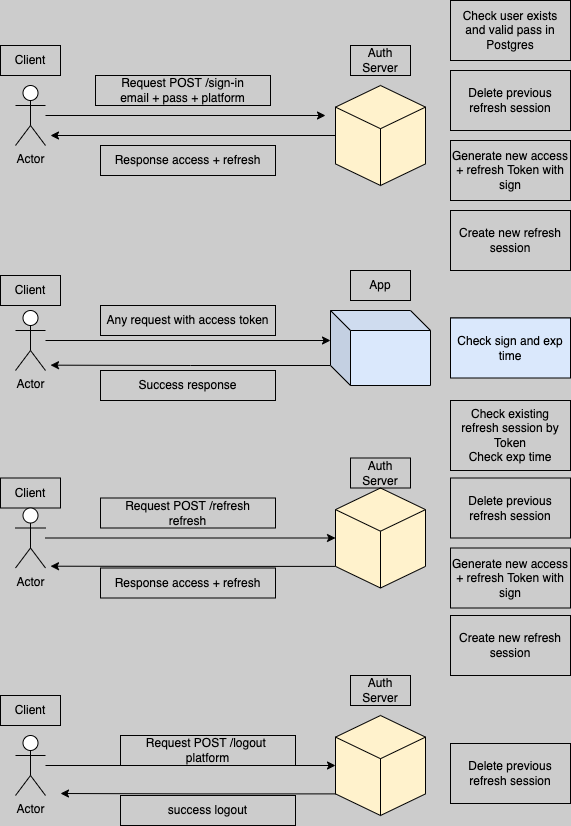
Before: docs/assets/auth.png, a diagram exported from draw.io (ValikoDorodnov/go_passport). Source tidied: cells renumbered, new cells last; positions are measured from the earlier drawing's top-left corner, leaving out a move shared by most shapes. Source of this version:
```xml
<mxGraphModel background="#CCCCCC" shadow="1">
  <root>
    <mxCell id="0" />
    <mxCell id="1" parent="0" />
    <mxCell id="2" style="edgeStyle=orthogonalEdgeStyle;rounded=0;jettySize=auto;html=1;fontColor=#000000;strokeColor=#000000;" parent="1" edge="1" source="3">
      <mxGeometry relative="1" as="geometry">
        <mxPoint x="325" y="115" as="targetPoint" />
      </mxGeometry>
    </mxCell>
    <mxCell id="3" value="Actor" style="shape=umlActor;verticalLabelPosition=bottom;verticalAlign=top;html=1;outlineConnect=0;fontColor=#000000;strokeColor=#000000;" parent="1" vertex="1">
      <mxGeometry x="15" y="85" width="30" height="60" as="geometry" />
    </mxCell>
    <mxCell id="4" style="edgeStyle=orthogonalEdgeStyle;rounded=0;jettySize=auto;html=1;fontColor=#000000;strokeColor=#000000;" parent="1" edge="1" source="5">
      <mxGeometry relative="1" as="geometry">
        <mxPoint x="50" y="135" as="targetPoint" />
      </mxGeometry>
    </mxCell>
    <mxCell id="5" style="html=1;whiteSpace=wrap;shape=isoCube2;backgroundOutline=1;isoAngle=15;fillColor=#fff2cc;strokeColor=#000000;fontColor=#000000;" parent="1" vertex="1">
      <mxGeometry x="335" y="85" width="90" height="100" as="geometry" />
    </mxCell>
    <mxCell id="6" value="Client" style="text;html=1;strokeColor=#000000;fillColor=none;align=center;verticalAlign=middle;whiteSpace=wrap;rounded=0;fontColor=#000000;" parent="1" vertex="1">
      <mxGeometry y="45" width="60" height="30" as="geometry" />
    </mxCell>
    <mxCell id="7" value="Auth Server" style="text;html=1;strokeColor=#000000;fillColor=none;align=center;verticalAlign=middle;whiteSpace=wrap;rounded=0;fontColor=#000000;" parent="1" vertex="1">
      <mxGeometry x="350" y="45" width="60" height="30" as="geometry" />
    </mxCell>
    <mxCell id="8" value="Request POST /sign-in&lt;br&gt;email + pass + platform" style="text;html=1;strokeColor=#000000;fillColor=none;align=center;verticalAlign=middle;whiteSpace=wrap;rounded=0;fontColor=#000000;" parent="1" vertex="1">
      <mxGeometry x="95" y="75" width="175" height="30" as="geometry" />
    </mxCell>
    <mxCell id="9" style="shape=partialRectangle;whiteSpace=wrap;html=1;bottom=0;right=0;fillColor=none;fontColor=#000000;strokeColor=#000000;" parent="1" vertex="1">
      <mxGeometry x="450" width="120" height="60" as="geometry" />
    </mxCell>
    <mxCell id="10" value="Check user exists and valid pass in Postgres" style="text;html=1;strokeColor=#000000;fillColor=none;align=center;verticalAlign=middle;whiteSpace=wrap;rounded=0;fontColor=#000000;" parent="1" vertex="1">
      <mxGeometry x="450" width="120" height="60" as="geometry" />
    </mxCell>
    <mxCell id="11" style="shape=partialRectangle;whiteSpace=wrap;html=1;bottom=0;right=0;fillColor=none;fontColor=#000000;strokeColor=#000000;" parent="1" vertex="1">
      <mxGeometry x="450" y="140" width="120" height="60" as="geometry" />
    </mxCell>
    <mxCell id="12" value="Generate new access + refresh Token with sign" style="text;html=1;strokeColor=#000000;fillColor=none;align=center;verticalAlign=middle;whiteSpace=wrap;rounded=0;fontColor=#000000;" parent="1" vertex="1">
      <mxGeometry x="450" y="140" width="120" height="60" as="geometry" />
    </mxCell>
    <mxCell id="13" style="shape=partialRectangle;whiteSpace=wrap;html=1;bottom=0;right=0;fillColor=none;fontColor=#000000;strokeColor=#000000;" parent="1" vertex="1">
      <mxGeometry x="450" y="210" width="120" height="60" as="geometry" />
    </mxCell>
    <mxCell id="14" value="Create new refresh session" style="text;html=1;strokeColor=#000000;fillColor=none;align=center;verticalAlign=middle;whiteSpace=wrap;rounded=0;fontColor=#000000;" parent="1" vertex="1">
      <mxGeometry x="450" y="210" width="120" height="60" as="geometry" />
    </mxCell>
    <mxCell id="15" value="Response access + refresh" style="text;html=1;strokeColor=#000000;fillColor=none;align=center;verticalAlign=middle;whiteSpace=wrap;rounded=0;fontColor=#000000;" parent="1" vertex="1">
      <mxGeometry x="100" y="145" width="175" height="30" as="geometry" />
    </mxCell>
    <mxCell id="16" style="edgeStyle=orthogonalEdgeStyle;rounded=0;jettySize=auto;html=1;entryX=0;entryY=0;entryDx=0;entryDy=30;entryPerimeter=0;fontColor=#000000;strokeColor=#000000;" parent="1" edge="1" source="17" target="20">
      <mxGeometry relative="1" as="geometry" />
    </mxCell>
    <mxCell id="17" value="Actor" style="shape=umlActor;verticalLabelPosition=bottom;verticalAlign=top;html=1;outlineConnect=0;fontColor=#000000;strokeColor=#000000;" parent="1" vertex="1">
      <mxGeometry x="15" y="310" width="30" height="60" as="geometry" />
    </mxCell>
    <mxCell id="18" value="Client" style="text;html=1;strokeColor=#000000;fillColor=none;align=center;verticalAlign=middle;whiteSpace=wrap;rounded=0;fontColor=#000000;" parent="1" vertex="1">
      <mxGeometry y="275" width="60" height="30" as="geometry" />
    </mxCell>
    <mxCell id="19" style="edgeStyle=orthogonalEdgeStyle;rounded=0;jettySize=auto;html=1;exitX=0;exitY=0;exitDx=0;exitDy=55;exitPerimeter=0;fontColor=#000000;strokeColor=#000000;" parent="1" edge="1" source="20">
      <mxGeometry relative="1" as="geometry">
        <mxPoint x="50" y="364.7" as="targetPoint" />
      </mxGeometry>
    </mxCell>
    <mxCell id="20" style="shape=cube;whiteSpace=wrap;html=1;boundedLbl=1;backgroundOutline=1;darkOpacity=0.05;darkOpacity2=0.1;fillColor=#dae8fc;strokeColor=#000000;fontColor=#000000;" parent="1" vertex="1">
      <mxGeometry x="330" y="310" width="100" height="75" as="geometry" />
    </mxCell>
    <mxCell id="21" value="App" style="text;html=1;strokeColor=#000000;fillColor=none;align=center;verticalAlign=middle;whiteSpace=wrap;rounded=0;fontColor=#000000;" parent="1" vertex="1">
      <mxGeometry x="350" y="270" width="60" height="30" as="geometry" />
    </mxCell>
    <mxCell id="22" value="Any request with access token" style="text;html=1;strokeColor=#000000;fillColor=none;align=center;verticalAlign=middle;whiteSpace=wrap;rounded=0;fontColor=#000000;" parent="1" vertex="1">
      <mxGeometry x="100" y="305" width="175" height="30" as="geometry" />
    </mxCell>
    <mxCell id="23" style="shape=partialRectangle;whiteSpace=wrap;html=1;bottom=0;right=0;fillColor=none;fontColor=#000000;strokeColor=#000000;" parent="1" vertex="1">
      <mxGeometry x="450" y="317.5" width="120" height="60" as="geometry" />
    </mxCell>
    <mxCell id="24" value="Check sign and exp time" style="text;html=1;strokeColor=#000000;fillColor=#dae8fc;align=center;verticalAlign=middle;whiteSpace=wrap;rounded=0;fontColor=#000000;" parent="1" vertex="1">
      <mxGeometry x="450" y="317.5" width="120" height="60" as="geometry" />
    </mxCell>
    <mxCell id="25" value="Success response" style="text;html=1;strokeColor=#000000;fillColor=none;align=center;verticalAlign=middle;whiteSpace=wrap;rounded=0;fontColor=#000000;" parent="1" vertex="1">
      <mxGeometry x="100" y="370" width="175" height="30" as="geometry" />
    </mxCell>
    <mxCell id="26" style="edgeStyle=orthogonalEdgeStyle;rounded=0;jettySize=auto;html=1;entryX=0;entryY=0.5;entryDx=0;entryDy=0;entryPerimeter=0;fontColor=#000000;strokeColor=#000000;" parent="1" edge="1" target="29">
      <mxGeometry relative="1" as="geometry">
        <mxPoint x="45" y="537.5" as="sourcePoint" />
      </mxGeometry>
    </mxCell>
    <mxCell id="27" value="Client" style="text;html=1;strokeColor=#000000;fillColor=none;align=center;verticalAlign=middle;whiteSpace=wrap;rounded=0;fontColor=#000000;" parent="1" vertex="1">
      <mxGeometry y="477.5" width="60" height="30" as="geometry" />
    </mxCell>
    <mxCell id="28" style="edgeStyle=orthogonalEdgeStyle;rounded=0;jettySize=auto;html=1;exitX=0;exitY=0;exitDx=0;exitDy=78.39291168278956;exitPerimeter=0;fontColor=#000000;strokeColor=#000000;" parent="1" edge="1" source="29">
      <mxGeometry relative="1" as="geometry">
        <mxPoint x="50" y="565.7" as="targetPoint" />
      </mxGeometry>
    </mxCell>
    <mxCell id="29" style="html=1;whiteSpace=wrap;shape=isoCube2;backgroundOutline=1;isoAngle=15;fillColor=#fff2cc;strokeColor=#000000;fontColor=#000000;" parent="1" vertex="1">
      <mxGeometry x="335" y="487.5" width="90" height="100" as="geometry" />
    </mxCell>
    <mxCell id="30" value="Auth Server" style="text;html=1;strokeColor=#000000;fillColor=none;align=center;verticalAlign=middle;whiteSpace=wrap;rounded=0;fontColor=#000000;" parent="1" vertex="1">
      <mxGeometry x="350" y="457.5" width="60" height="30" as="geometry" />
    </mxCell>
    <mxCell id="31" value="Request POST /refresh&lt;br&gt;refresh" style="text;html=1;strokeColor=#000000;fillColor=none;align=center;verticalAlign=middle;whiteSpace=wrap;rounded=0;fontColor=#000000;" parent="1" vertex="1">
      <mxGeometry x="100" y="497.5" width="175" height="30" as="geometry" />
    </mxCell>
    <mxCell id="32" style="shape=partialRectangle;whiteSpace=wrap;html=1;bottom=0;right=0;fillColor=none;fontColor=#000000;strokeColor=#000000;" parent="1" vertex="1">
      <mxGeometry x="450" y="400" width="120" height="60" as="geometry" />
    </mxCell>
    <mxCell id="33" value="Check existing refresh session by Token&lt;br&gt;Check exp time" style="text;html=1;strokeColor=#000000;fillColor=none;align=center;verticalAlign=middle;whiteSpace=wrap;rounded=0;fontColor=#000000;" parent="1" vertex="1">
      <mxGeometry x="450" y="400" width="120" height="70" as="geometry" />
    </mxCell>
    <mxCell id="34" value="Response access + refresh" style="text;html=1;strokeColor=#000000;fillColor=none;align=center;verticalAlign=middle;whiteSpace=wrap;rounded=0;fontColor=#000000;" parent="1" vertex="1">
      <mxGeometry x="100" y="567.5" width="175" height="30" as="geometry" />
    </mxCell>
    <mxCell id="35" style="edgeStyle=orthogonalEdgeStyle;rounded=0;jettySize=auto;html=1;entryX=0;entryY=0.5;entryDx=0;entryDy=0;entryPerimeter=0;fontColor=#000000;strokeColor=#000000;" parent="1" edge="1" source="36" target="38">
      <mxGeometry relative="1" as="geometry" />
    </mxCell>
    <mxCell id="36" value="Actor" style="shape=umlActor;verticalLabelPosition=bottom;verticalAlign=top;html=1;outlineConnect=0;fontColor=#000000;strokeColor=#000000;" parent="1" vertex="1">
      <mxGeometry x="15" y="735" width="30" height="60" as="geometry" />
    </mxCell>
    <mxCell id="37" style="edgeStyle=orthogonalEdgeStyle;rounded=0;jettySize=auto;html=1;exitX=0;exitY=0;exitDx=0;exitDy=78.39291168278956;exitPerimeter=0;fontColor=#000000;strokeColor=#000000;" parent="1" edge="1" source="38">
      <mxGeometry relative="1" as="geometry">
        <mxPoint x="60" y="793" as="targetPoint" />
      </mxGeometry>
    </mxCell>
    <mxCell id="38" style="html=1;whiteSpace=wrap;shape=isoCube2;backgroundOutline=1;isoAngle=15;fillColor=#fff2cc;strokeColor=#000000;fontColor=#000000;" parent="1" vertex="1">
      <mxGeometry x="335" y="715" width="90" height="100" as="geometry" />
    </mxCell>
    <mxCell id="39" value="Auth Server" style="text;html=1;strokeColor=#000000;fillColor=none;align=center;verticalAlign=middle;whiteSpace=wrap;rounded=0;fontColor=#000000;" parent="1" vertex="1">
      <mxGeometry x="350" y="675" width="60" height="30" as="geometry" />
    </mxCell>
    <mxCell id="40" value="Client" style="text;html=1;strokeColor=#000000;fillColor=none;align=center;verticalAlign=middle;whiteSpace=wrap;rounded=0;fontColor=#000000;" parent="1" vertex="1">
      <mxGeometry y="695" width="60" height="30" as="geometry" />
    </mxCell>
    <mxCell id="41" value="Request POST /logout&amp;nbsp;&lt;br&gt;platform" style="text;html=1;strokeColor=#000000;fillColor=none;align=center;verticalAlign=middle;whiteSpace=wrap;rounded=0;fontColor=#000000;" parent="1" vertex="1">
      <mxGeometry x="120" y="735" width="175" height="30" as="geometry" />
    </mxCell>
    <mxCell id="42" value="success logout" style="text;html=1;strokeColor=#000000;fillColor=none;align=center;verticalAlign=middle;whiteSpace=wrap;rounded=0;fontColor=#000000;" parent="1" vertex="1">
      <mxGeometry x="120" y="795" width="175" height="30" as="geometry" />
    </mxCell>
    <mxCell id="43" style="shape=partialRectangle;whiteSpace=wrap;html=1;bottom=0;right=0;fillColor=none;fontColor=#000000;strokeColor=#000000;" parent="1" vertex="1">
      <mxGeometry x="450" y="70" width="120" height="60" as="geometry" />
    </mxCell>
    <mxCell id="44" value="Delete previous refresh session" style="text;html=1;strokeColor=#000000;fillColor=none;align=center;verticalAlign=middle;whiteSpace=wrap;rounded=0;fontColor=#000000;" parent="1" vertex="1">
      <mxGeometry x="450" y="70" width="120" height="60" as="geometry" />
    </mxCell>
    <mxCell id="45" value="Actor" style="shape=umlActor;verticalLabelPosition=bottom;verticalAlign=top;html=1;fontColor=#000000;strokeColor=#000000;" parent="1" vertex="1">
      <mxGeometry x="15" y="507.5" width="30" height="60" as="geometry" />
    </mxCell>
    <mxCell id="46" value="Generate new access + refresh Token with sign" style="text;html=1;strokeColor=#000000;fillColor=none;align=center;verticalAlign=middle;whiteSpace=wrap;rounded=0;fontColor=#000000;" parent="1" vertex="1">
      <mxGeometry x="450" y="547.5" width="120" height="60" as="geometry" />
    </mxCell>
    <mxCell id="47" value="Delete previous refresh session" style="text;html=1;strokeColor=#000000;fillColor=none;align=center;verticalAlign=middle;whiteSpace=wrap;rounded=0;fontColor=#000000;" parent="1" vertex="1">
      <mxGeometry x="450" y="477.5" width="120" height="60" as="geometry" />
    </mxCell>
    <mxCell id="48" value="Create new refresh session" style="text;html=1;strokeColor=#000000;fillColor=none;align=center;verticalAlign=middle;whiteSpace=wrap;rounded=0;fontColor=#000000;" parent="1" vertex="1">
      <mxGeometry x="450" y="615" width="120" height="60" as="geometry" />
    </mxCell>
    <mxCell id="49" value="Delete previous refresh session" style="text;html=1;strokeColor=#000000;fillColor=none;align=center;verticalAlign=middle;whiteSpace=wrap;rounded=0;fontColor=#000000;" parent="1" vertex="1">
      <mxGeometry x="450" y="743" width="120" height="60" as="geometry" />
    </mxCell>
  </root>
</mxGraphModel>
```
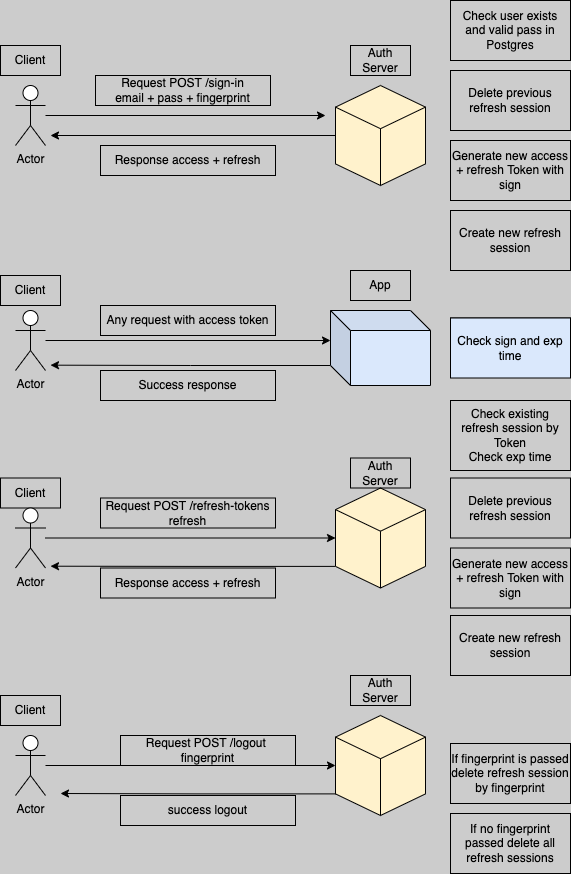
After the commit.

Commit message:
правки документации

Change to the diagram source:
```diff
@@ -24,7 +24,7 @@
     <mxCell id="7" value="Auth Server" style="text;html=1;strokeColor=#000000;fillColor=none;align=center;verticalAlign=middle;whiteSpace=wrap;rounded=0;fontColor=#000000;" parent="1" vertex="1">
       <mxGeometry x="350" y="45" width="60" height="30" as="geometry" />
     </mxCell>
-    <mxCell id="8" value="Request POST /sign-in&lt;br&gt;email + pass + platform" style="text;html=1;strokeColor=#000000;fillColor=none;align=center;verticalAlign=middle;whiteSpace=wrap;rounded=0;fontColor=#000000;" parent="1" vertex="1">
+    <mxCell id="8" value="Request POST /sign-in&lt;br&gt;email + pass + fingerprint" style="text;html=1;strokeColor=#000000;fillColor=none;align=center;verticalAlign=middle;whiteSpace=wrap;rounded=0;fontColor=#000000;" parent="1" vertex="1">
       <mxGeometry x="95" y="75" width="175" height="30" as="geometry" />
     </mxCell>
     <mxCell id="9" style="shape=partialRectangle;whiteSpace=wrap;html=1;bottom=0;right=0;fillColor=none;fontColor=#000000;strokeColor=#000000;" parent="1" vertex="1">
@@ -99,7 +99,7 @@
     <mxCell id="30" value="Auth Server" style="text;html=1;strokeColor=#000000;fillColor=none;align=center;verticalAlign=middle;whiteSpace=wrap;rounded=0;fontColor=#000000;" parent="1" vertex="1">
       <mxGeometry x="350" y="457.5" width="60" height="30" as="geometry" />
     </mxCell>
-    <mxCell id="31" value="Request POST /refresh&lt;br&gt;refresh" style="text;html=1;strokeColor=#000000;fillColor=none;align=center;verticalAlign=middle;whiteSpace=wrap;rounded=0;fontColor=#000000;" parent="1" vertex="1">
+    <mxCell id="31" value="Request POST /refresh-tokens&lt;br&gt;refresh" style="text;html=1;strokeColor=#000000;fillColor=none;align=center;verticalAlign=middle;whiteSpace=wrap;rounded=0;fontColor=#000000;" parent="1" vertex="1">
       <mxGeometry x="100" y="497.5" width="175" height="30" as="geometry" />
     </mxCell>
     <mxCell id="32" style="shape=partialRectangle;whiteSpace=wrap;html=1;bottom=0;right=0;fillColor=none;fontColor=#000000;strokeColor=#000000;" parent="1" vertex="1">
@@ -131,7 +131,7 @@
     <mxCell id="40" value="Client" style="text;html=1;strokeColor=#000000;fillColor=none;align=center;verticalAlign=middle;whiteSpace=wrap;rounded=0;fontColor=#000000;" parent="1" vertex="1">
       <mxGeometry y="695" width="60" height="30" as="geometry" />
     </mxCell>
-    <mxCell id="41" value="Request POST /logout&amp;nbsp;&lt;br&gt;platform" style="text;html=1;strokeColor=#000000;fillColor=none;align=center;verticalAlign=middle;whiteSpace=wrap;rounded=0;fontColor=#000000;" parent="1" vertex="1">
+    <mxCell id="41" value="Request POST /logout&amp;nbsp;&lt;br&gt;fingerprint" style="text;html=1;strokeColor=#000000;fillColor=none;align=center;verticalAlign=middle;whiteSpace=wrap;rounded=0;fontColor=#000000;" parent="1" vertex="1">
       <mxGeometry x="120" y="735" width="175" height="30" as="geometry" />
     </mxCell>
     <mxCell id="42" value="success logout" style="text;html=1;strokeColor=#000000;fillColor=none;align=center;verticalAlign=middle;whiteSpace=wrap;rounded=0;fontColor=#000000;" parent="1" vertex="1">
@@ -155,8 +155,11 @@
     <mxCell id="48" value="Create new refresh session" style="text;html=1;strokeColor=#000000;fillColor=none;align=center;verticalAlign=middle;whiteSpace=wrap;rounded=0;fontColor=#000000;" parent="1" vertex="1">
       <mxGeometry x="450" y="615" width="120" height="60" as="geometry" />
     </mxCell>
-    <mxCell id="49" value="Delete previous refresh session" style="text;html=1;strokeColor=#000000;fillColor=none;align=center;verticalAlign=middle;whiteSpace=wrap;rounded=0;fontColor=#000000;" parent="1" vertex="1">
+    <mxCell id="49" value="If fingerprint is passed delete refresh session by fingerprint" style="text;html=1;strokeColor=#000000;fillColor=none;align=center;verticalAlign=middle;whiteSpace=wrap;rounded=0;fontColor=#000000;" parent="1" vertex="1">
       <mxGeometry x="450" y="743" width="120" height="60" as="geometry" />
     </mxCell>
+    <mxCell id="50" value="If no fingerprint passed delete all refresh sessions" style="text;html=1;strokeColor=#000000;fillColor=none;align=center;verticalAlign=middle;whiteSpace=wrap;rounded=0;fontColor=#000000;" parent="1" vertex="1">
+      <mxGeometry x="450" y="813" width="120" height="60" as="geometry" />
+    </mxCell>
   </root>
 </mxGraphModel>
```
